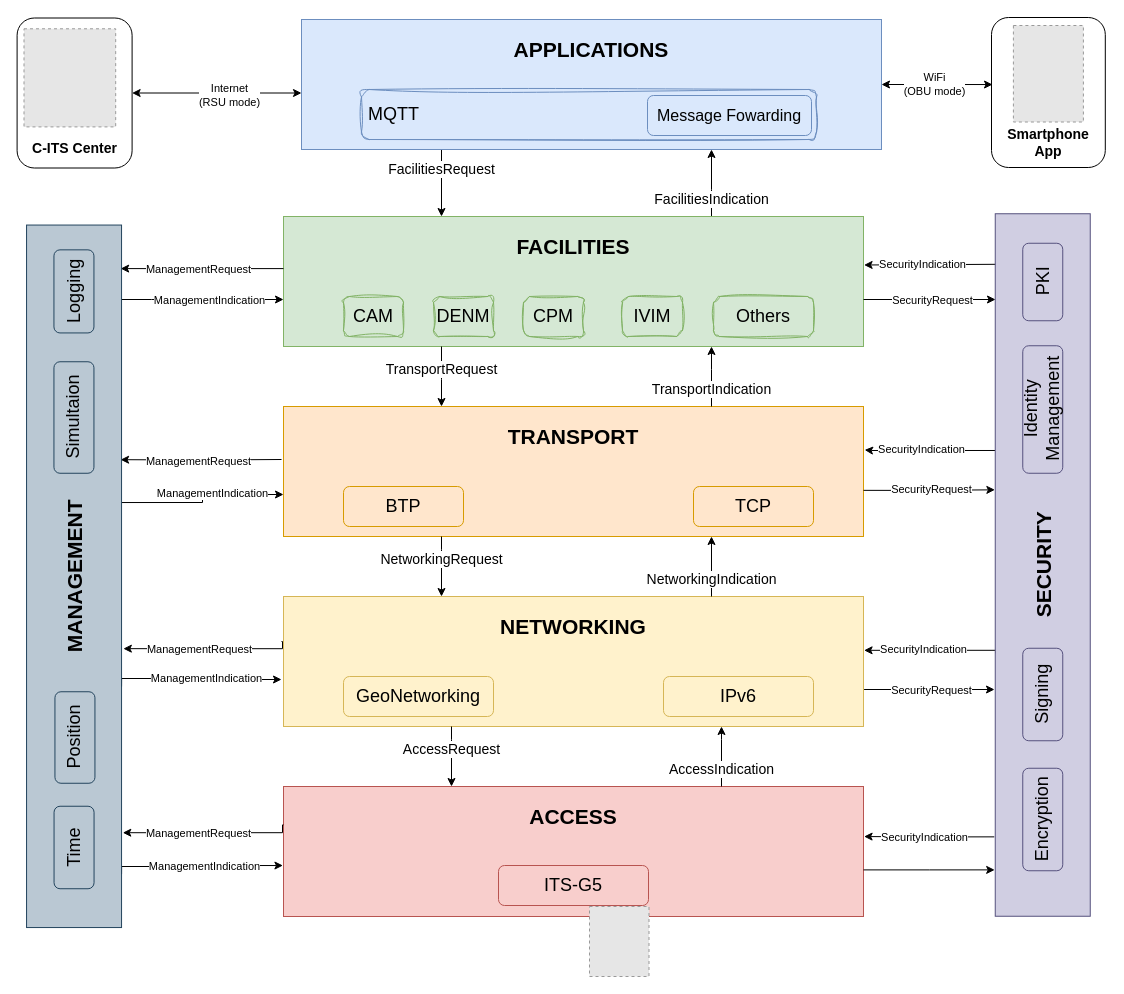
Above: assets/itss_arch.drawio in bearkillerPT/Dissertation (draw.io), before the change. Source tidied: cells renumbered, new cells numbered last; positions are measured from the earlier drawing's top-left corner, leaving out a move shared by most shapes. Both pictures are drawn from the tidied source at 100%, with x=0, y=0 at pixel (-278, 17). Pictures stored in the file or linked from it are replaced by grey dashed boxes.
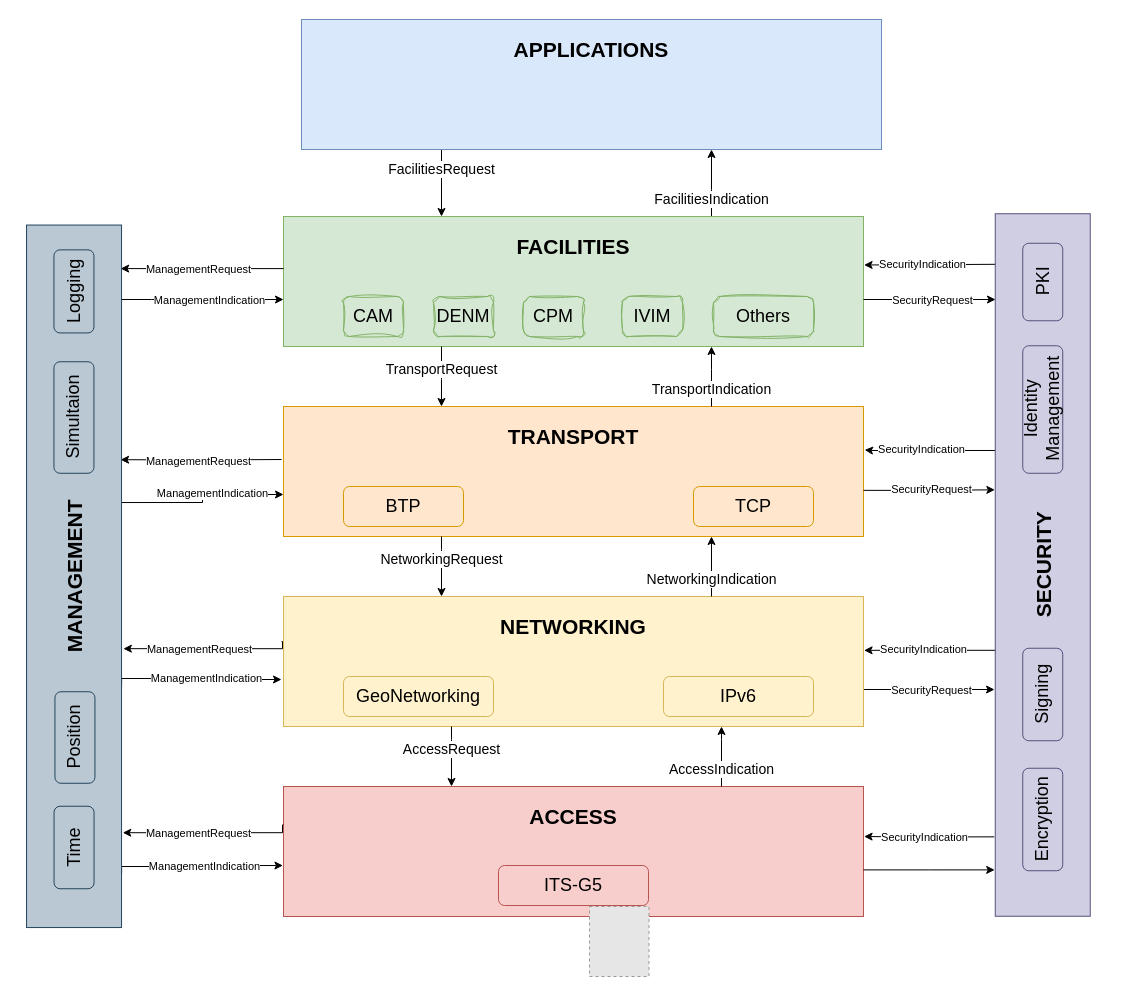
The same page after the edit.

Commit message:
removed the applications content and cits center and mobile app from the itss diagram

What changed in the source:
```diff
@@
-    <mxCell id="4" style="group;" parent="1" vertex="1">
-      <mxGeometry x="579" y="2" width="580" height="130" as="geometry" />
-    </mxCell>
-    <mxCell id="5" value="&lt;font size=&quot;1&quot; style=&quot;&quot;&gt;&lt;b style=&quot;font-size: 21px;&quot;&gt;APPLICATIONS&lt;/b&gt;&lt;/font&gt;" style="rounded=0;whiteSpace=wrap;html=1;fillColor=#dae8fc;strokeColor=#6c8ebf;spacingTop=-70;" parent="4" vertex="1">
-      <mxGeometry width="580" height="130" as="geometry" />
-    </mxCell>
-    <mxCell id="6" value="&lt;p style=&quot;line-height: 100%;&quot;&gt;&lt;font style=&quot;font-size: 18px;&quot;&gt;&amp;nbsp;MQTT&lt;/font&gt;&lt;/p&gt;" style="rounded=1;whiteSpace=wrap;html=1;fillColor=none;strokeColor=#6C8EBF;align=left;glass=0;shadow=0;sketch=1;curveFitting=1;jiggle=2;" parent="4" vertex="1">
-      <mxGeometry x="60" y="70" width="455" height="50" as="geometry" />
-    </mxCell>
-    <mxCell id="7" value="&lt;span style=&quot;font-size: 16px;&quot;&gt;Message Fowarding&lt;/span&gt;" style="rounded=1;whiteSpace=wrap;html=1;fillColor=none;strokeColor=#6C8EBF;align=center;" parent="4" vertex="1">
-      <mxGeometry x="346" y="76" width="164" height="40" as="geometry" />
-    </mxCell>
@@
-    <mxCell id="74" style="group;rotation=0;" parent="1" vertex="1">
-      <mxGeometry x="294.6" y="0.5" width="113.8" height="150" as="geometry" />
-    </mxCell>
-    <mxCell id="75" value="&lt;p style=&quot;line-height: 120%;&quot;&gt;&lt;font style=&quot;font-size: 14px;&quot;&gt;&lt;b&gt;C-ITS Center&lt;/b&gt;&lt;/font&gt;&lt;/p&gt;" style="rounded=1;whiteSpace=wrap;html=1;spacingTop=110;" parent="74" vertex="1">
-      <mxGeometry width="115" height="150" as="geometry" />
-    </mxCell>
-    <mxCell id="76" style="fillColor=#E6E6E6;strokeColor=#999999;dashed=1;verticalLabelPosition=bottom;labelBackgroundColor=default;verticalAlign=top;" parent="74" vertex="1">
-      <mxGeometry x="6.9" y="10.8" width="91.7" height="98.1" as="geometry" />
-    </mxCell>
-    <mxCell id="77" style="group;" parent="1" vertex="1">
-      <mxGeometry x="1269" width="113.8" height="150" as="geometry" />
-    </mxCell>
-    <mxCell id="78" value="&lt;font style=&quot;font-size: 14px;&quot;&gt;&lt;b&gt;Smartphone App&lt;/b&gt;&lt;/font&gt;" style="rounded=1;whiteSpace=wrap;html=1;spacingTop=100;" parent="77" vertex="1">
-      <mxGeometry width="113.8" height="150" as="geometry" />
-    </mxCell>
-    <mxCell id="79" style="fillColor=#E6E6E6;strokeColor=#999999;dashed=1;verticalLabelPosition=bottom;labelBackgroundColor=default;verticalAlign=top;" parent="77" vertex="1">
-      <mxGeometry x="21.9" y="8" width="70" height="96.5" as="geometry" />
-    </mxCell>
-    <mxCell id="80" style="edgeStyle=orthogonalEdgeStyle;rounded=0;jettySize=auto;html=1;startArrow=classic;startFill=1;" parent="1" edge="1" source="75" target="5">
-      <mxGeometry relative="1" as="geometry">
-        <Array as="points">
-          <mxPoint x="529" y="75" />
-          <mxPoint x="529" y="75" />
-        </Array>
-      </mxGeometry>
-    </mxCell>
-    <mxCell id="81" value="&lt;font style=&quot;font-size: 11px;&quot;&gt;Internet&lt;br&gt;(RSU mode)&lt;/font&gt;" style="edgeLabel;html=1;align=center;verticalAlign=middle;" parent="80" vertex="1">
-      <mxGeometry x="0.14" y="-2" relative="1" as="geometry" />
-    </mxCell>
-    <mxCell id="82" style="edgeStyle=orthogonalEdgeStyle;rounded=0;jettySize=auto;html=1;exitX=1;exitY=0.5;exitDx=0;exitDy=0;entryX=0.009;entryY=0.447;entryDx=0;entryDy=0;entryPerimeter=0;startArrow=classic;startFill=1;" parent="1" edge="1" source="5" target="78">
-      <mxGeometry relative="1" as="geometry" />
-    </mxCell>
-    <mxCell id="83" value="WiFi&lt;br&gt;(OBU mode)" style="edgeLabel;html=1;align=center;verticalAlign=middle;" parent="82" vertex="1">
-      <mxGeometry x="-0.07" y="1" relative="1" as="geometry" />
-    </mxCell>
@@
+    <mxCell id="5" value="&lt;font size=&quot;1&quot; style=&quot;&quot;&gt;&lt;b style=&quot;font-size: 21px;&quot;&gt;APPLICATIONS&lt;/b&gt;&lt;/font&gt;" style="rounded=0;whiteSpace=wrap;html=1;fillColor=#dae8fc;strokeColor=#6c8ebf;spacingTop=-70;" parent="1" vertex="1">
+      <mxGeometry x="579" y="2" width="580" height="130" as="geometry" />
+    </mxCell>
```
